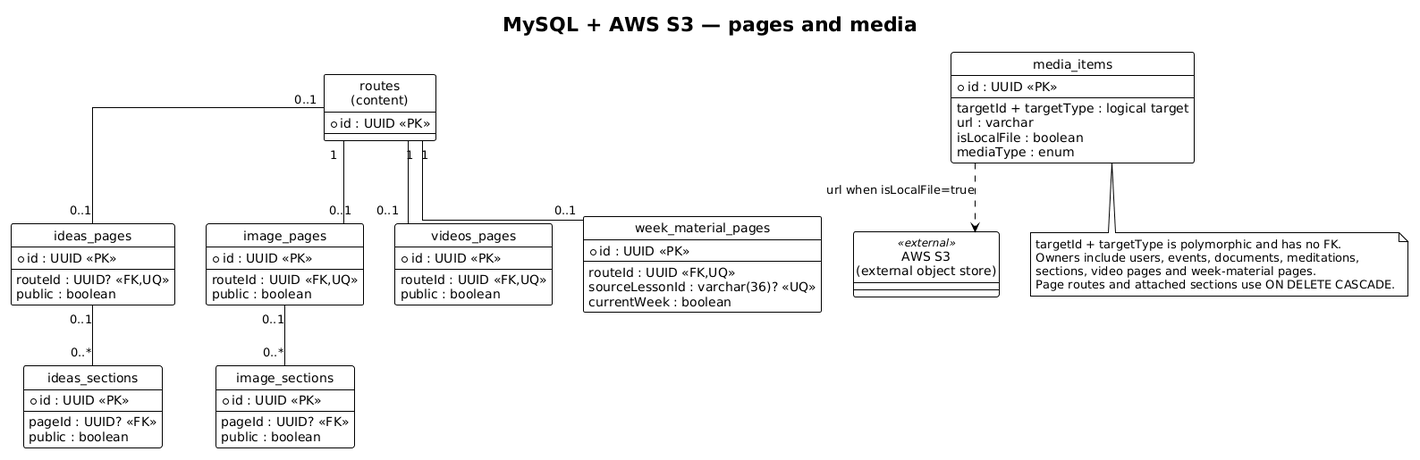
Before: docs/diagrams/database/pages-media-schema.png, a diagram exported from PlantUML (ministerioclubinhos/clubinhonib-api).
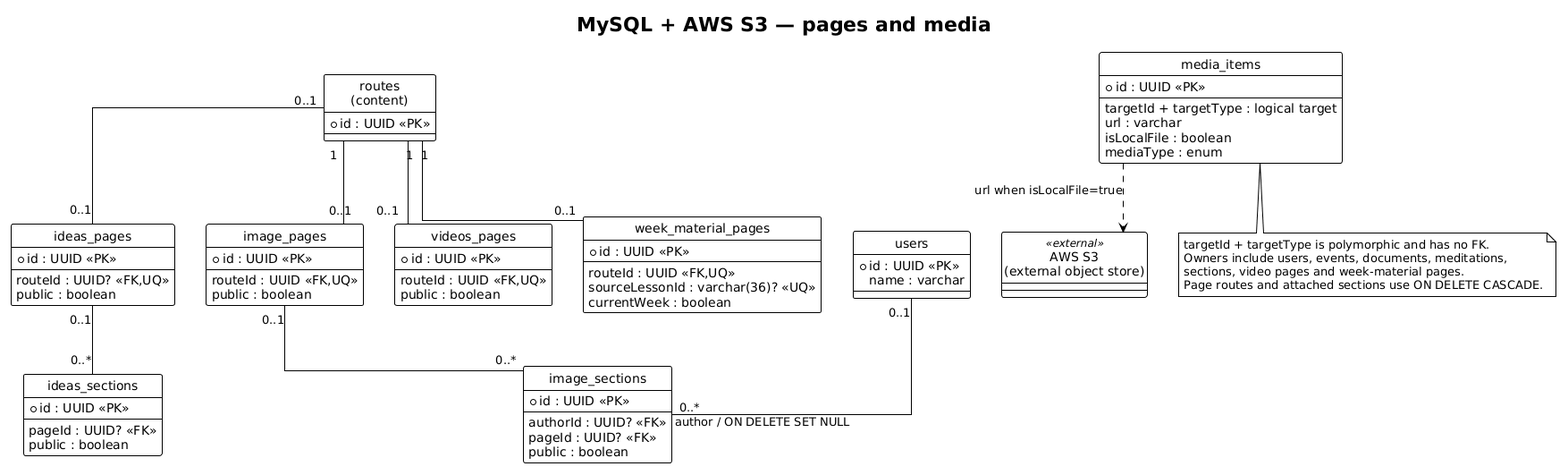
Later version of the same file.

Diff of the diagram source:
```diff
@@ -31,9 +31,15 @@
   public : boolean
 }
 
+entity "users" as e_user {
+  * id : UUID <<PK>>
+  name : varchar
+}
+
 entity "image_sections" as e_image_section {
   * id : UUID <<PK>>
   --
+  authorId : UUID? <<FK>>
   pageId : UUID? <<FK>>
   public : boolean
 }
@@ -70,6 +76,7 @@
 e_route "1" -- "0..1" e_week_page
 e_ideas_page "0..1" -- "0..*" e_ideas_section
 e_image_page "0..1" -- "0..*" e_image_section
+e_user "0..1" -- "0..*" e_image_section : author / ON DELETE SET NULL
 e_media ..> e_s3 : url when isLocalFile=true
 
 note bottom of e_media
```
